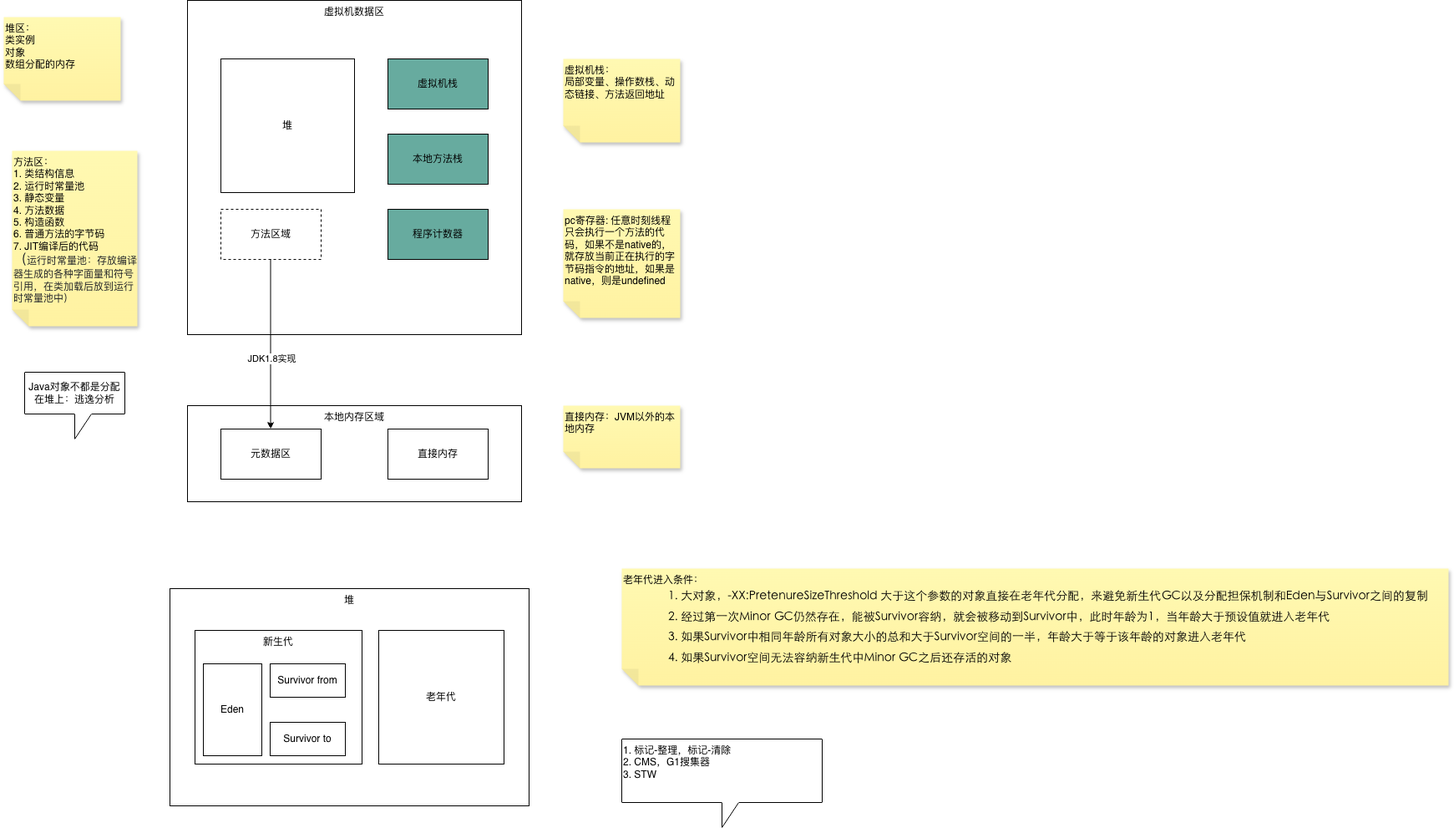
Above: JVM数据区.drawio.png in ggs2015/file (draw.io), before the change. Source tidied: cells renumbered, new cells last; positions are measured from the earlier drawing's top-left corner, leaving out a move shared by most shapes.
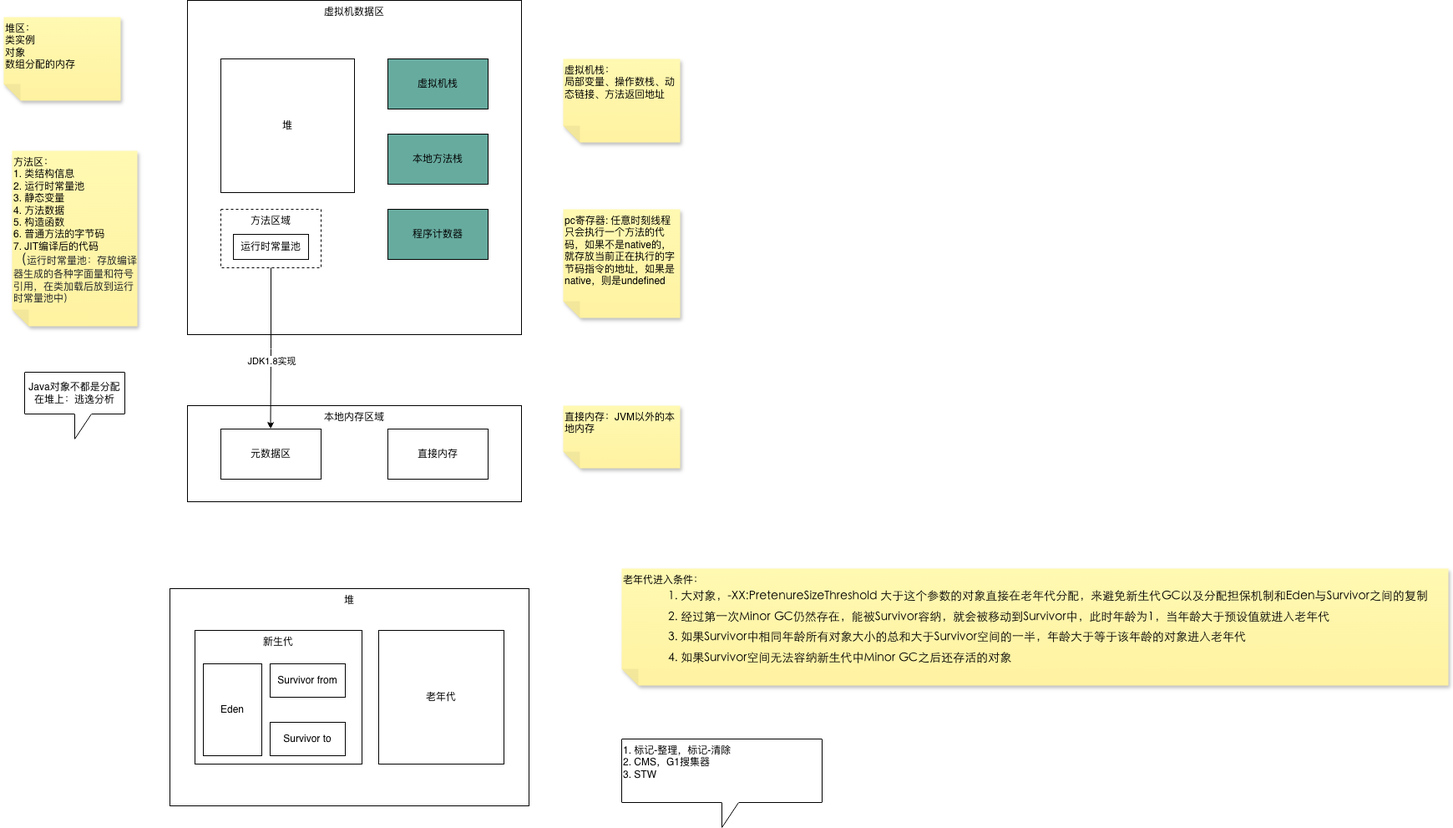
After the change.

Commit message:
更新JVM数据区.drawio.png

The edit, as a diff of the source:
```diff
@@ -17,8 +17,8 @@
     <mxCell id="6" value="程序计数器" style="rounded=0;whiteSpace=wrap;html=1;fillColor=#67AB9F;" parent="1" vertex="1">
       <mxGeometry x="460" y="250" width="120" height="60" as="geometry" />
     </mxCell>
-    <mxCell id="7" value="方法区域" style="rounded=0;whiteSpace=wrap;html=1;dashed=1;" parent="1" vertex="1">
-      <mxGeometry x="260" y="250" width="120" height="60" as="geometry" />
+    <mxCell id="7" value="方法区域" style="rounded=0;whiteSpace=wrap;html=1;dashed=1;verticalAlign=top;" parent="1" vertex="1">
+      <mxGeometry x="260" y="250" width="120" height="70" as="geometry" />
     </mxCell>
     <mxCell id="8" value="方法区：&lt;div&gt;1. 类结构信息&lt;/div&gt;&lt;div&gt;2. 运行时常量池&lt;/div&gt;&lt;div&gt;3. 静态变量&lt;/div&gt;&lt;div&gt;4. 方法数据&lt;/div&gt;&lt;div&gt;5. 构造函数&lt;/div&gt;&lt;div&gt;6. 普通方法的字节码&lt;/div&gt;&lt;div&gt;7. JIT编译后的代码&lt;/div&gt;&lt;div&gt;&lt;font face=&quot;Helvetica&quot;&gt;&lt;span style=&quot;color: rgb(31, 35, 40); font-size: 16px;&quot;&gt;（&lt;/span&gt;&lt;span style=&quot;color: rgb(31, 35, 40);&quot;&gt;&lt;font style=&quot;&quot;&gt;运行时常量池：存放编译器生成的各种字面量和符号引用，在类加载后放到运行时常量池中）&lt;/font&gt;&lt;/span&gt;&lt;/font&gt;&lt;/div&gt;" style="shape=note;whiteSpace=wrap;html=1;backgroundOutline=1;fontColor=#000000;darkOpacity=0.05;fillColor=#FFF9B2;strokeColor=none;fillStyle=solid;direction=west;gradientDirection=north;gradientColor=#FFF2A1;shadow=1;size=20;verticalAlign=top;align=left;" parent="1" vertex="1">
       <mxGeometry x="10" y="180" width="150" height="210" as="geometry" />
@@ -41,9 +41,9 @@
     <mxCell id="14" value="直接内存" style="rounded=0;whiteSpace=wrap;html=1;" parent="1" vertex="1">
       <mxGeometry x="460" y="513" width="120" height="60" as="geometry" />
     </mxCell>
-    <mxCell id="15" style="edgeStyle=orthogonalEdgeStyle;rounded=0;orthogonalLoop=1;jettySize=auto;html=1;exitX=0.5;exitY=1;exitDx=0;exitDy=0;entryX=0.5;entryY=0;entryDx=0;entryDy=0;" parent="1" edge="1">
+    <mxCell id="15" style="edgeStyle=orthogonalEdgeStyle;rounded=0;orthogonalLoop=1;jettySize=auto;html=1;entryX=0.5;entryY=0;entryDx=0;entryDy=0;" parent="1" edge="1">
       <mxGeometry relative="1" as="geometry">
-        <mxPoint x="319.5" y="310" as="sourcePoint" />
+        <mxPoint x="320" y="320" as="sourcePoint" />
         <mxPoint x="319.5" y="513" as="targetPoint" />
       </mxGeometry>
     </mxCell>
@@ -80,5 +80,8 @@
     <mxCell id="26" value="1. 标记-整理，标记-清除&lt;div&gt;2. CMS，G1搜集器&lt;/div&gt;&lt;div&gt;3. STW&lt;/div&gt;" style="shape=callout;whiteSpace=wrap;html=1;perimeter=calloutPerimeter;align=left;verticalAlign=top;" parent="1" vertex="1">
       <mxGeometry x="740" y="884" width="240" height="106" as="geometry" />
     </mxCell>
+    <mxCell id="27" value="运行时常量池" style="rounded=0;whiteSpace=wrap;html=1;" parent="1" vertex="1">
+      <mxGeometry x="275" y="280" width="90" height="30" as="geometry" />
+    </mxCell>
   </root>
 </mxGraphModel>
```
